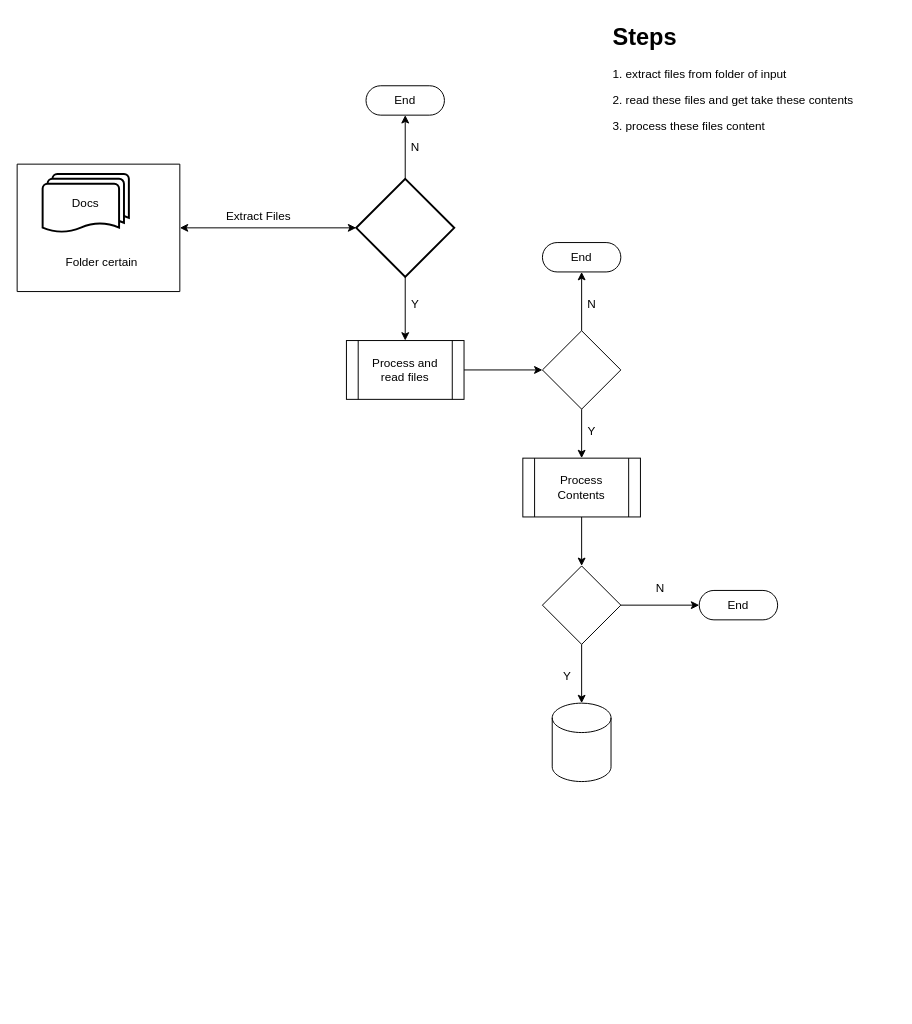
Above: BT.drawio in manulife-Yudong/js-data-anonymizer (draw.io), before the change. Source tidied: cells renumbered, new cells numbered last; positions are measured from the earlier drawing's top-left corner, leaving out a move shared by most shapes. Both pictures are drawn from the tidied source at 98%, with x=0, y=0 at pixel (17, 17).
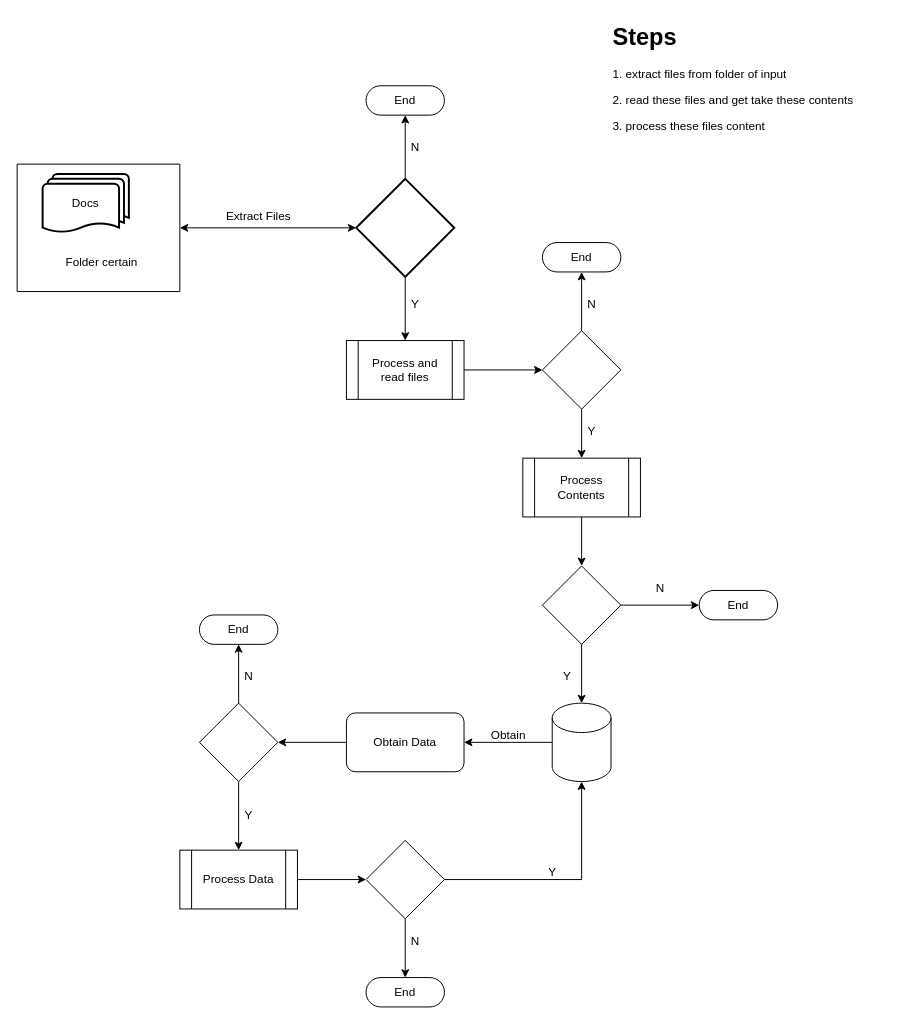
The same page after the edit.

The change refers to these unchanged cells:
```xml
<mxCell id="16" style="shape=cylinder3;whiteSpace=wrap;html=1;boundedLbl=1;backgroundOutline=1;size=15;" parent="1" vertex="1">
  <mxGeometry x="546" y="700" width="60" height="80" as="geometry" />
</mxCell>
```

Diff of the diagram source:
```diff
@@
+    <mxCell id="31" style="edgeStyle=orthogonalEdgeStyle;rounded=0;jettySize=auto;html=1;" parent="1" edge="1" source="16" target="33">
+      <mxGeometry relative="1" as="geometry" />
+    </mxCell>
@@
+    <mxCell id="32" style="edgeStyle=orthogonalEdgeStyle;rounded=0;jettySize=auto;html=1;" parent="1" edge="1" source="33" target="37">
+      <mxGeometry relative="1" as="geometry" />
+    </mxCell>
+    <mxCell id="33" value="Obtain Data" style="rounded=1;whiteSpace=wrap;html=1;" parent="1" vertex="1">
+      <mxGeometry x="336" y="710" width="120" height="60" as="geometry" />
+    </mxCell>
+    <mxCell id="34" value="Obtain" style="text;html=1;align=center;verticalAlign=middle;strokeColor=none;fillColor=none;" parent="1" vertex="1">
+      <mxGeometry x="471" y="718" width="60" height="30" as="geometry" />
+    </mxCell>
+    <mxCell id="35" style="edgeStyle=orthogonalEdgeStyle;rounded=0;jettySize=auto;html=1;" parent="1" edge="1" source="37" target="38">
+      <mxGeometry relative="1" as="geometry" />
+    </mxCell>
+    <mxCell id="36" style="edgeStyle=orthogonalEdgeStyle;rounded=0;jettySize=auto;html=1;" parent="1" edge="1" source="37" target="41">
+      <mxGeometry relative="1" as="geometry" />
+    </mxCell>
+    <mxCell id="37" style="rhombus;whiteSpace=wrap;html=1;" parent="1" vertex="1">
+      <mxGeometry x="186" y="700" width="80" height="80" as="geometry" />
+    </mxCell>
+    <mxCell id="38" value="End" style="html=1;dashed=0;whiteSpace=wrap;shape=mxgraph.dfd.start;" parent="1" vertex="1">
+      <mxGeometry x="186" y="610" width="80" height="30" as="geometry" />
+    </mxCell>
+    <mxCell id="39" value="N" style="text;html=1;align=center;verticalAlign=middle;strokeColor=none;fillColor=none;" parent="1" vertex="1">
+      <mxGeometry x="221" y="658" width="30" height="30" as="geometry" />
+    </mxCell>
+    <mxCell id="40" style="edgeStyle=orthogonalEdgeStyle;rounded=0;jettySize=auto;html=1;" parent="1" edge="1" source="41" target="44">
+      <mxGeometry relative="1" as="geometry" />
+    </mxCell>
+    <mxCell id="41" value="Process Data" style="shape=process;whiteSpace=wrap;html=1;backgroundOutline=1;" parent="1" vertex="1">
+      <mxGeometry x="166" y="850" width="120" height="60" as="geometry" />
+    </mxCell>
+    <mxCell id="42" value="Y" style="text;html=1;align=center;verticalAlign=middle;strokeColor=none;fillColor=none;" parent="1" vertex="1">
+      <mxGeometry x="221" y="800" width="30" height="30" as="geometry" />
+    </mxCell>
+    <mxCell id="43" style="edgeStyle=orthogonalEdgeStyle;rounded=0;jettySize=auto;html=1;" parent="1" edge="1" source="44" target="45">
+      <mxGeometry relative="1" as="geometry" />
+    </mxCell>
+    <mxCell id="44" style="rhombus;whiteSpace=wrap;html=1;" parent="1" vertex="1">
+      <mxGeometry x="356" y="840" width="80" height="80" as="geometry" />
+    </mxCell>
+    <mxCell id="45" value="End" style="html=1;dashed=0;whiteSpace=wrap;shape=mxgraph.dfd.start;" parent="1" vertex="1">
+      <mxGeometry x="356" y="980" width="80" height="30" as="geometry" />
+    </mxCell>
+    <mxCell id="46" style="edgeStyle=orthogonalEdgeStyle;rounded=0;jettySize=auto;html=1;entryX=0.5;entryY=1;entryDx=0;entryDy=0;entryPerimeter=0;" parent="1" edge="1" source="44" target="16">
+      <mxGeometry relative="1" as="geometry" />
+    </mxCell>
+    <mxCell id="47" value="N" style="text;html=1;align=center;verticalAlign=middle;strokeColor=none;fillColor=none;" parent="1" vertex="1">
+      <mxGeometry x="391" y="928" width="30" height="30" as="geometry" />
+    </mxCell>
+    <mxCell id="48" value="Y" style="text;html=1;align=center;verticalAlign=middle;strokeColor=none;fillColor=none;" parent="1" vertex="1">
+      <mxGeometry x="531" y="858" width="30" height="30" as="geometry" />
+    </mxCell>
```
